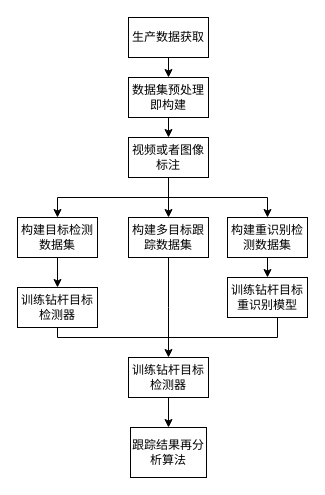
paleblackless/diagrams keeps this draw.io diagram as 矿区生产钻杆数目数量识别.drawio. Above is the earlier version. Source tidied: cells renumbered, new cells numbered last; positions are measured from the earlier drawing's top-left corner, leaving out a move shared by most shapes. Both pictures are drawn from the tidied source at 100%, with x=0, y=0 at pixel (17, 17).
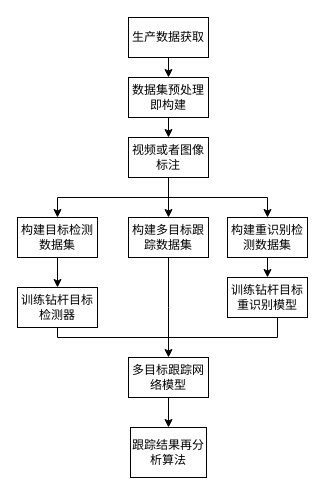
After the change.

Commit message (it also covers changes not shown here):
更新矿区生产钻杆数目数量识别.drawio

What changed in the source:
```diff
@@
-    <mxCell id="20" value="训练钻杆目标检测器" style="rounded=0;whiteSpace=wrap;html=1;" parent="1" vertex="1">
+    <mxCell id="20" value="多目标跟踪网络模型" style="rounded=0;whiteSpace=wrap;html=1;" parent="1" vertex="1">
       <mxGeometry x="111" y="340" width="80" height="40" as="geometry" />
     </mxCell>
```
